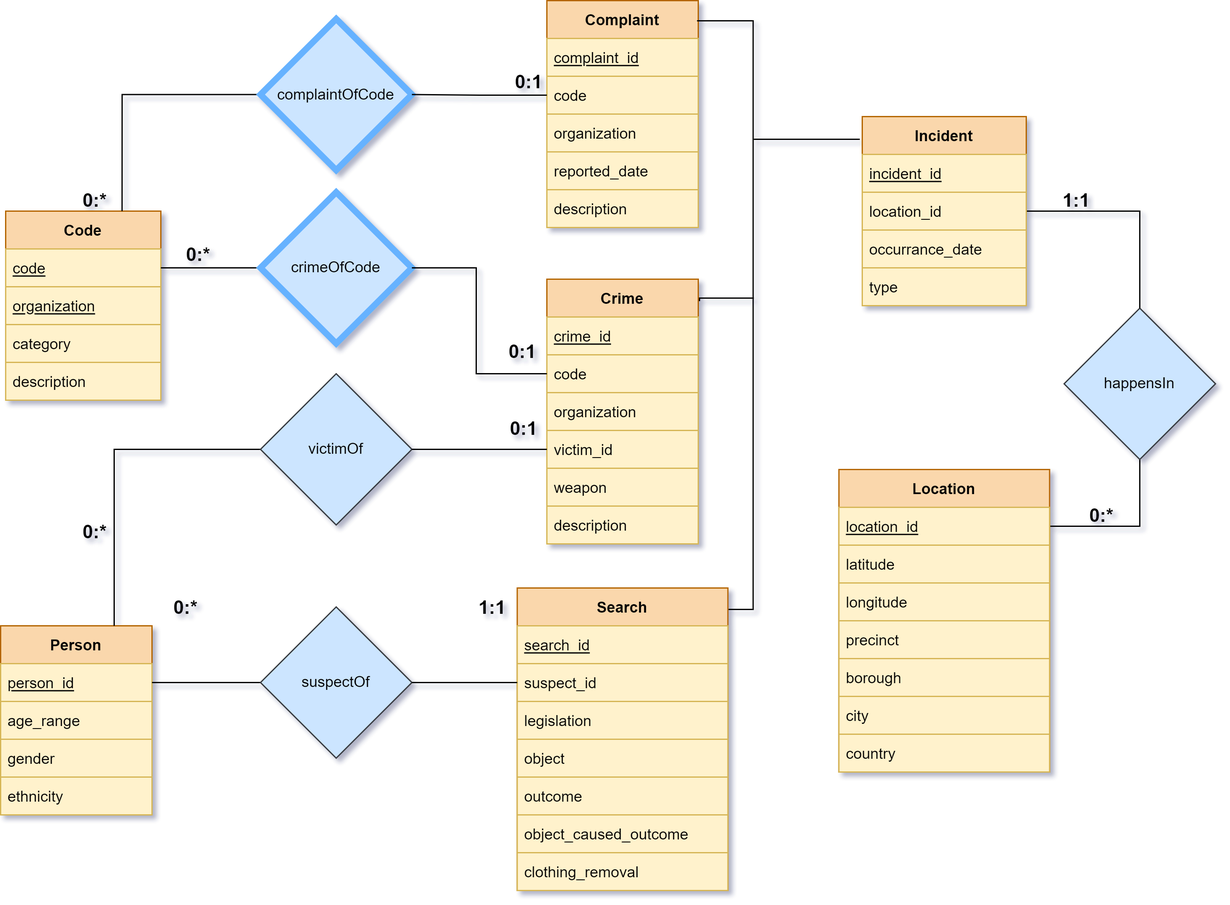
This is docs/ERmodel/ERmodel.png from alvii147/CrimeStatsAnalysis, a draw.io export, as it was before one commit. Source tidied: cells renumbered, new cells last; positions are measured from the earlier drawing's top-left corner, leaving out a move shared by most shapes.
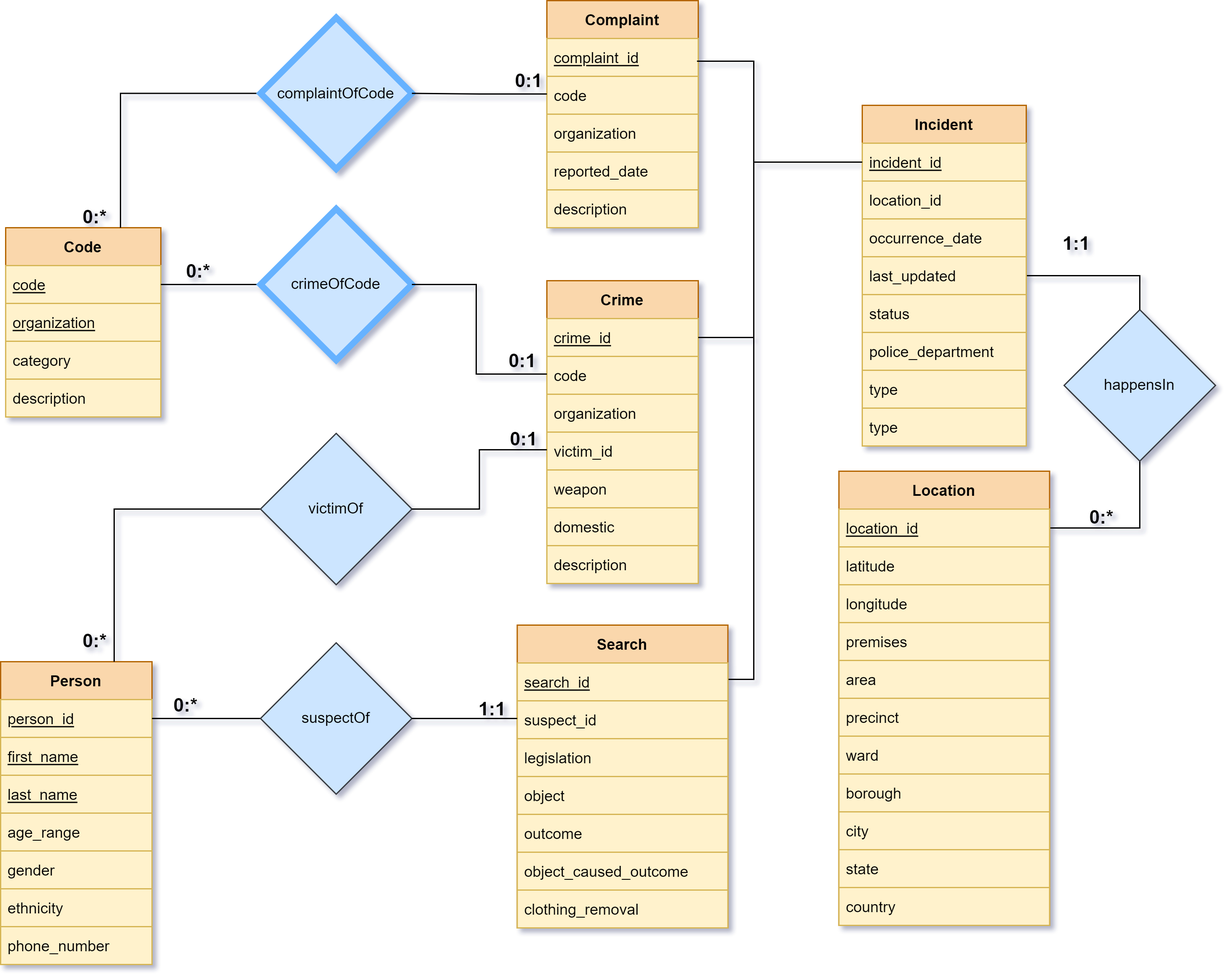
After the change.

The edit, as a diff of the source:
```diff
@@ -8,6 +8,6 @@
     <mxCell id="3" value="happensIn" style="rhombus;whiteSpace=wrap;html=1;rounded=0;fillColor=#cce5ff;strokeColor=#36393d;" parent="1" vertex="1">
-      <mxGeometry x="843" y="244" width="120" height="120" as="geometry" />
+      <mxGeometry x="843" y="211" width="120" height="120" as="geometry" />
     </mxCell>
     <mxCell id="4" value="Crime" style="swimlane;fontStyle=1;horizontal=1;startSize=30;fillColor=#fad7ac;strokeColor=#b46504;" parent="1" vertex="1">
-      <mxGeometry x="433" y="221" width="120" height="210" as="geometry" />
+      <mxGeometry x="433" y="188" width="120" height="240" as="geometry" />
     </mxCell>
@@ -28,4 +28,7 @@
     </mxCell>
+    <mxCell id="74" value="domestic" style="text;strokeColor=#d6b656;fillColor=#fff2cc;align=left;verticalAlign=middle;spacingLeft=4;spacingRight=4;overflow=hidden;fontStyle=0;" parent="4" vertex="1">
+      <mxGeometry y="180" width="120" height="30" as="geometry" />
+    </mxCell>
     <mxCell id="10" value="description" style="text;strokeColor=#d6b656;fillColor=#fff2cc;align=left;verticalAlign=middle;spacingLeft=4;spacingRight=4;overflow=hidden;fontStyle=0;" parent="4" vertex="1">
-      <mxGeometry y="180" width="120" height="30" as="geometry" />
+      <mxGeometry y="210" width="120" height="30" as="geometry" />
     </mxCell>
@@ -35,3 +38,3 @@
     <mxCell id="12" value="Incident" style="swimlane;fontStyle=1;horizontal=1;startSize=30;fillColor=#fad7ac;strokeColor=#b46504;" parent="1" vertex="1">
-      <mxGeometry x="683" y="92" width="130" height="150" as="geometry" />
+      <mxGeometry x="683" y="49" width="130" height="270" as="geometry" />
     </mxCell>
@@ -43,7 +46,19 @@
     </mxCell>
-    <mxCell id="15" value="occurrance_date" style="text;strokeColor=#d6b656;fillColor=#fff2cc;align=left;verticalAlign=middle;spacingLeft=4;spacingRight=4;overflow=hidden;" parent="12" vertex="1">
+    <mxCell id="15" value="occurrence_date" style="text;strokeColor=#d6b656;fillColor=#fff2cc;align=left;verticalAlign=middle;spacingLeft=4;spacingRight=4;overflow=hidden;" parent="12" vertex="1">
       <mxGeometry y="90" width="130" height="30" as="geometry" />
     </mxCell>
+    <mxCell id="75" value="last_updated" style="text;strokeColor=#d6b656;fillColor=#fff2cc;align=left;verticalAlign=middle;spacingLeft=4;spacingRight=4;overflow=hidden;" parent="12" vertex="1">
+      <mxGeometry y="120" width="130" height="30" as="geometry" />
+    </mxCell>
+    <mxCell id="76" value="status" style="text;strokeColor=#d6b656;fillColor=#fff2cc;align=left;verticalAlign=middle;spacingLeft=4;spacingRight=4;overflow=hidden;" parent="12" vertex="1">
+      <mxGeometry y="150" width="130" height="30" as="geometry" />
+    </mxCell>
+    <mxCell id="77" value="police_department" style="text;strokeColor=#d6b656;fillColor=#fff2cc;align=left;verticalAlign=middle;spacingLeft=4;spacingRight=4;overflow=hidden;" parent="12" vertex="1">
+      <mxGeometry y="180" width="130" height="30" as="geometry" />
+    </mxCell>
+    <mxCell id="78" value="type" style="text;strokeColor=#d6b656;fillColor=#fff2cc;align=left;verticalAlign=middle;spacingLeft=4;spacingRight=4;overflow=hidden;" parent="12" vertex="1">
+      <mxGeometry y="210" width="130" height="30" as="geometry" />
+    </mxCell>
     <mxCell id="16" value="type" style="text;strokeColor=#d6b656;fillColor=#fff2cc;align=left;verticalAlign=middle;spacingLeft=4;spacingRight=4;overflow=hidden;" parent="12" vertex="1">
-      <mxGeometry y="120" width="130" height="30" as="geometry" />
+      <mxGeometry y="240" width="130" height="30" as="geometry" />
     </mxCell>
@@ -53,3 +68,3 @@
     <mxCell id="18" value="Complaint" style="swimlane;fontStyle=1;horizontal=1;startSize=30;fillColor=#fad7ac;strokeColor=#b46504;" parent="1" vertex="1">
-      <mxGeometry x="433" width="120" height="180" as="geometry" />
+      <mxGeometry x="433" y="-34" width="120" height="180" as="geometry" />
     </mxCell>
@@ -71,3 +86,3 @@
     <mxCell id="24" value="Search" style="swimlane;fontStyle=1;horizontal=1;startSize=30;fillColor=#fad7ac;strokeColor=#b46504;" parent="1" vertex="1">
-      <mxGeometry x="409.5" y="466" width="167" height="240" as="geometry" />
+      <mxGeometry x="409.5" y="461" width="167" height="240" as="geometry" />
     </mxCell>
@@ -95,3 +110,3 @@
     <mxCell id="32" value="Person" style="swimlane;fontStyle=1;horizontal=1;startSize=30;fillColor=#fad7ac;strokeColor=#b46504;" parent="1" vertex="1">
-      <mxGeometry y="496" width="120" height="150" as="geometry" />
+      <mxGeometry y="490" width="120" height="240" as="geometry" />
     </mxCell>
@@ -100,13 +115,22 @@
     </mxCell>
+    <mxCell id="79" value="first_name" style="text;strokeColor=#d6b656;fillColor=#fff2cc;align=left;verticalAlign=middle;spacingLeft=4;spacingRight=4;overflow=hidden;fontStyle=4;" parent="32" vertex="1">
+      <mxGeometry y="60" width="120" height="30" as="geometry" />
+    </mxCell>
+    <mxCell id="80" value="last_name" style="text;strokeColor=#d6b656;fillColor=#fff2cc;align=left;verticalAlign=middle;spacingLeft=4;spacingRight=4;overflow=hidden;fontStyle=4;" parent="32" vertex="1">
+      <mxGeometry y="90" width="120" height="30" as="geometry" />
+    </mxCell>
     <mxCell id="34" value="age_range" style="text;strokeColor=#d6b656;fillColor=#fff2cc;align=left;verticalAlign=middle;spacingLeft=4;spacingRight=4;overflow=hidden;fontStyle=0;" parent="32" vertex="1">
-      <mxGeometry y="60" width="120" height="30" as="geometry" />
+      <mxGeometry y="120" width="120" height="30" as="geometry" />
     </mxCell>
     <mxCell id="35" value="gender" style="text;strokeColor=#d6b656;fillColor=#fff2cc;align=left;verticalAlign=middle;spacingLeft=4;spacingRight=4;overflow=hidden;fontStyle=0;" parent="32" vertex="1">
-      <mxGeometry y="90" width="120" height="30" as="geometry" />
+      <mxGeometry y="150" width="120" height="30" as="geometry" />
     </mxCell>
     <mxCell id="36" value="ethnicity" style="text;strokeColor=#d6b656;fillColor=#fff2cc;align=left;verticalAlign=middle;spacingLeft=4;spacingRight=4;overflow=hidden;fontStyle=0;" parent="32" vertex="1">
-      <mxGeometry y="120" width="120" height="30" as="geometry" />
+      <mxGeometry y="180" width="120" height="30" as="geometry" />
     </mxCell>
+    <mxCell id="81" value="phone_number" style="text;strokeColor=#d6b656;fillColor=#fff2cc;align=left;verticalAlign=middle;spacingLeft=4;spacingRight=4;overflow=hidden;fontStyle=0;" parent="32" vertex="1">
+      <mxGeometry y="210" width="120" height="30" as="geometry" />
+    </mxCell>
     <mxCell id="37" value="Location" style="swimlane;fontStyle=1;horizontal=1;startSize=30;fillColor=#fad7ac;strokeColor=#b46504;" parent="1" vertex="1">
-      <mxGeometry x="664.5" y="372" width="167" height="240" as="geometry" />
+      <mxGeometry x="664.5" y="339" width="167" height="360" as="geometry" />
     </mxCell>
@@ -121,16 +145,28 @@
     </mxCell>
+    <mxCell id="82" value="premises" style="text;strokeColor=#d6b656;fillColor=#fff2cc;align=left;verticalAlign=middle;spacingLeft=4;spacingRight=4;overflow=hidden;fontStyle=0;" parent="37" vertex="1">
+      <mxGeometry y="120" width="167" height="30" as="geometry" />
+    </mxCell>
+    <mxCell id="83" value="area" style="text;strokeColor=#d6b656;fillColor=#fff2cc;align=left;verticalAlign=middle;spacingLeft=4;spacingRight=4;overflow=hidden;fontStyle=0;" parent="37" vertex="1">
+      <mxGeometry y="150" width="167" height="30" as="geometry" />
+    </mxCell>
     <mxCell id="41" value="precinct" style="text;strokeColor=#d6b656;fillColor=#fff2cc;align=left;verticalAlign=middle;spacingLeft=4;spacingRight=4;overflow=hidden;fontStyle=0;" parent="37" vertex="1">
-      <mxGeometry y="120" width="167" height="30" as="geometry" />
+      <mxGeometry y="180" width="167" height="30" as="geometry" />
     </mxCell>
+    <mxCell id="84" value="ward" style="text;strokeColor=#d6b656;fillColor=#fff2cc;align=left;verticalAlign=middle;spacingLeft=4;spacingRight=4;overflow=hidden;fontStyle=0;" parent="37" vertex="1">
+      <mxGeometry y="210" width="167" height="30" as="geometry" />
+    </mxCell>
     <mxCell id="42" value="borough" style="text;strokeColor=#d6b656;fillColor=#fff2cc;align=left;verticalAlign=middle;spacingLeft=4;spacingRight=4;overflow=hidden;fontStyle=0;" parent="37" vertex="1">
-      <mxGeometry y="150" width="167" height="30" as="geometry" />
+      <mxGeometry y="240" width="167" height="30" as="geometry" />
     </mxCell>
     <mxCell id="43" value="city" style="text;strokeColor=#d6b656;fillColor=#fff2cc;align=left;verticalAlign=middle;spacingLeft=4;spacingRight=4;overflow=hidden;fontStyle=0;" parent="37" vertex="1">
-      <mxGeometry y="180" width="167" height="30" as="geometry" />
+      <mxGeometry y="270" width="167" height="30" as="geometry" />
     </mxCell>
+    <mxCell id="85" value="state" style="text;strokeColor=#d6b656;fillColor=#fff2cc;align=left;verticalAlign=middle;spacingLeft=4;spacingRight=4;overflow=hidden;fontStyle=0;" parent="37" vertex="1">
+      <mxGeometry y="300" width="167" height="30" as="geometry" />
+    </mxCell>
     <mxCell id="44" value="country" style="text;strokeColor=#d6b656;fillColor=#fff2cc;align=left;verticalAlign=middle;spacingLeft=4;spacingRight=4;overflow=hidden;fontStyle=0;" parent="37" vertex="1">
-      <mxGeometry y="210" width="167" height="30" as="geometry" />
+      <mxGeometry y="330" width="167" height="30" as="geometry" />
     </mxCell>
     <mxCell id="45" value="Code" style="swimlane;fontStyle=1;horizontal=1;startSize=30;fillColor=#fad7ac;strokeColor=#b46504;" parent="1" vertex="1">
-      <mxGeometry x="4" y="167" width="123" height="150" as="geometry" />
+      <mxGeometry x="4" y="146" width="123" height="150" as="geometry" />
     </mxCell>
@@ -148,7 +184,11 @@
     </mxCell>
-    <mxCell id="50" style="edgeStyle=orthogonalEdgeStyle;rounded=0;jettySize=auto;html=1;exitX=0;exitY=0.5;exitDx=0;exitDy=0;entryX=0.75;entryY=0;entryDx=0;entryDy=0;endArrow=none;endFill=0;" parent="1" edge="1" source="51" target="45">
-      <mxGeometry relative="1" as="geometry" />
+    <mxCell id="50" style="edgeStyle=orthogonalEdgeStyle;rounded=0;jettySize=auto;html=1;exitX=0;exitY=0.5;exitDx=0;exitDy=0;entryX=1;entryY=1;entryDx=0;entryDy=0;endArrow=none;endFill=0;" parent="1" edge="1" source="51" target="62">
+      <mxGeometry relative="1" as="geometry">
+        <Array as="points">
+          <mxPoint x="95" y="40" />
+        </Array>
+      </mxGeometry>
     </mxCell>
     <mxCell id="51" value="complaintOfCode" style="rhombus;whiteSpace=wrap;html=1;rounded=0;fillColor=#cce5ff;strokeColor=#66B2FF;strokeWidth=5;" parent="1" vertex="1">
-      <mxGeometry x="206" y="14.5" width="120" height="120" as="geometry" />
+      <mxGeometry x="206" y="-20.5" width="120" height="120" as="geometry" />
     </mxCell>
@@ -158,3 +198,3 @@
     <mxCell id="53" value="crimeOfCode" style="rhombus;whiteSpace=wrap;html=1;rounded=0;fillColor=#cce5ff;strokeColor=#66B2FF;strokeWidth=5;" parent="1" vertex="1">
-      <mxGeometry x="206" y="152" width="120" height="120" as="geometry" />
+      <mxGeometry x="206" y="131" width="120" height="120" as="geometry" />
     </mxCell>
@@ -164,3 +204,3 @@
     <mxCell id="55" value="victimOf" style="rhombus;whiteSpace=wrap;html=1;rounded=0;fillColor=#cce5ff;strokeColor=#36393d;" parent="1" vertex="1">
-      <mxGeometry x="206" y="296" width="120" height="120" as="geometry" />
+      <mxGeometry x="206" y="309" width="120" height="120" as="geometry" />
     </mxCell>
@@ -170,61 +210,58 @@
     <mxCell id="57" value="suspectOf" style="rhombus;whiteSpace=wrap;html=1;rounded=0;fillColor=#cce5ff;strokeColor=#36393d;" parent="1" vertex="1">
-      <mxGeometry x="206" y="481" width="120" height="120" as="geometry" />
+      <mxGeometry x="206" y="475" width="120" height="120" as="geometry" />
     </mxCell>
-    <mxCell id="58" style="edgeStyle=orthogonalEdgeStyle;rounded=0;jettySize=auto;html=1;exitX=0;exitY=0.5;exitDx=0;exitDy=0;entryX=1;entryY=0.5;entryDx=0;entryDy=0;endArrow=none;endFill=0;" parent="1" edge="1" source="26" target="57">
-      <mxGeometry relative="1" as="geometry" />
+    <mxCell id="58" style="edgeStyle=orthogonalEdgeStyle;rounded=0;jettySize=auto;html=1;exitX=0;exitY=0.5;exitDx=0;exitDy=0;entryX=1;entryY=0.5;entryDx=0;entryDy=0;endArrow=none;endFill=0;" parent="1" edge="1" target="57">
+      <mxGeometry relative="1" as="geometry">
+        <mxPoint x="409.5" y="535" as="sourcePoint" />
+      </mxGeometry>
     </mxCell>
     <mxCell id="59" value="0:*" style="text;html=1;strokeColor=none;fillColor=none;align=center;verticalAlign=middle;whiteSpace=wrap;rounded=0;fontSize=15;fontStyle=1;" parent="1" vertex="1">
-      <mxGeometry x="853" y="398" width="40" height="19" as="geometry" />
+      <mxGeometry x="853" y="365" width="40" height="19" as="geometry" />
     </mxCell>
     <mxCell id="60" value="0:1" style="text;html=1;strokeColor=none;fillColor=none;align=center;verticalAlign=middle;whiteSpace=wrap;rounded=0;fontSize=15;fontStyle=1;" parent="1" vertex="1">
-      <mxGeometry x="394" y="268" width="40" height="19" as="geometry" />
+      <mxGeometry x="394" y="241" width="40" height="19" as="geometry" />
     </mxCell>
     <mxCell id="61" value="0:*" style="text;html=1;strokeColor=none;fillColor=none;align=center;verticalAlign=middle;whiteSpace=wrap;rounded=0;fontSize=15;fontStyle=1;" parent="1" vertex="1">
-      <mxGeometry x="137" y="191" width="40" height="19" as="geometry" />
+      <mxGeometry x="137" y="170" width="40" height="19" as="geometry" />
     </mxCell>
     <mxCell id="62" value="0:*" style="text;html=1;strokeColor=none;fillColor=none;align=center;verticalAlign=middle;whiteSpace=wrap;rounded=0;fontSize=15;fontStyle=1;" parent="1" vertex="1">
-      <mxGeometry x="55" y="148" width="40" height="19" as="geometry" />
+      <mxGeometry x="55" y="127" width="40" height="19" as="geometry" />
     </mxCell>
     <mxCell id="63" value="0:1" style="text;html=1;strokeColor=none;fillColor=none;align=center;verticalAlign=middle;whiteSpace=wrap;rounded=0;fontSize=15;fontStyle=1;" parent="1" vertex="1">
-      <mxGeometry x="399" y="54" width="40" height="19" as="geometry" />
+      <mxGeometry x="399" y="19" width="40" height="19" as="geometry" />
     </mxCell>
     <mxCell id="64" value="0:1" style="text;html=1;strokeColor=none;fillColor=none;align=center;verticalAlign=middle;whiteSpace=wrap;rounded=0;fontSize=15;fontStyle=1;" parent="1" vertex="1">
-      <mxGeometry x="395" y="329" width="40" height="19" as="geometry" />
+      <mxGeometry x="395" y="303" width="40" height="19" as="geometry" />
     </mxCell>
     <mxCell id="65" value="1:1" style="text;html=1;strokeColor=none;fillColor=none;align=center;verticalAlign=middle;whiteSpace=wrap;rounded=0;fontSize=15;fontStyle=1;" parent="1" vertex="1">
-      <mxGeometry x="369.5" y="471" width="40" height="19" as="geometry" />
+      <mxGeometry x="369.5" y="517" width="40" height="19" as="geometry" />
     </mxCell>
     <mxCell id="66" value="0:*" style="text;html=1;strokeColor=none;fillColor=none;align=center;verticalAlign=middle;whiteSpace=wrap;rounded=0;fontSize=15;fontStyle=1;" parent="1" vertex="1">
-      <mxGeometry x="55" y="411" width="40" height="19" as="geometry" />
+      <mxGeometry x="55" y="463" width="40" height="19" as="geometry" />
     </mxCell>
     <mxCell id="67" value="0:*" style="text;html=1;strokeColor=none;fillColor=none;align=center;verticalAlign=middle;whiteSpace=wrap;rounded=0;fontSize=15;fontStyle=1;" parent="1" vertex="1">
-      <mxGeometry x="127" y="471" width="40" height="19" as="geometry" />
+      <mxGeometry x="127" y="514" width="40" height="19" as="geometry" />
     </mxCell>
-    <mxCell id="68" style="edgeStyle=orthogonalEdgeStyle;rounded=0;jettySize=auto;html=1;exitX=0.992;exitY=0.089;exitDx=0;exitDy=0;endArrow=none;endFill=0;entryX=1.003;entryY=0.071;entryDx=0;entryDy=0;entryPerimeter=0;exitPerimeter=0;" parent="1" edge="1" source="18" target="24">
-      <mxGeometry relative="1" as="geometry" />
+    <mxCell id="68" style="edgeStyle=orthogonalEdgeStyle;rounded=0;orthogonalLoop=1;jettySize=auto;html=1;endArrow=none;endFill=0;" parent="1" edge="1">
+      <mxGeometry relative="1" as="geometry">
+        <mxPoint x="552" y="14" as="sourcePoint" />
+        <mxPoint x="577" y="504" as="targetPoint" />
+        <Array as="points">
+          <mxPoint x="597" y="14" />
+          <mxPoint x="597" y="504" />
+          <mxPoint x="577" y="504" />
+        </Array>
+      </mxGeometry>
     </mxCell>
-    <mxCell id="69" style="edgeStyle=orthogonalEdgeStyle;rounded=0;jettySize=auto;html=1;exitX=1.008;exitY=0.083;exitDx=0;exitDy=0;endArrow=none;endFill=0;exitPerimeter=0;" parent="1" edge="1" source="4">
-      <mxGeometry relative="1" as="geometry">
-        <mxPoint x="597" y="236" as="targetPoint" />
-        <Array as="points">
-          <mxPoint x="597" y="236" />
-        </Array>
-      </mxGeometry>
-    </mxCell>
-    <mxCell id="70" style="edgeStyle=orthogonalEdgeStyle;rounded=0;jettySize=auto;html=1;exitX=-0.015;exitY=0.12;exitDx=0;exitDy=0;endArrow=none;endFill=0;exitPerimeter=0;" parent="1" edge="1" source="12">
-      <mxGeometry relative="1" as="geometry">
-        <mxPoint x="597" y="110" as="targetPoint" />
-        <Array as="points">
-          <mxPoint x="597" y="110" />
-        </Array>
-      </mxGeometry>
-    </mxCell>
-    <mxCell id="71" style="edgeStyle=orthogonalEdgeStyle;rounded=0;jettySize=auto;html=1;exitX=0;exitY=0.5;exitDx=0;exitDy=0;entryX=1;entryY=0.5;entryDx=0;entryDy=0;endArrow=none;endFill=0;" parent="1" edge="1" source="20" target="51">
-      <mxGeometry relative="1" as="geometry" />
+    <mxCell id="71" style="edgeStyle=orthogonalEdgeStyle;rounded=0;jettySize=auto;html=1;exitX=0;exitY=0.5;exitDx=0;exitDy=0;entryX=1;entryY=0.5;entryDx=0;entryDy=0;endArrow=none;endFill=0;" parent="1" edge="1" target="51">
+      <mxGeometry relative="1" as="geometry">
+        <mxPoint x="433" y="40" as="sourcePoint" />
+      </mxGeometry>
     </mxCell>
-    <mxCell id="72" style="edgeStyle=orthogonalEdgeStyle;rounded=0;jettySize=auto;html=1;exitX=0;exitY=0.5;exitDx=0;exitDy=0;entryX=1;entryY=0.5;entryDx=0;entryDy=0;endArrow=none;endFill=0;" parent="1" edge="1" source="6" target="53">
+    <mxCell id="72" style="edgeStyle=orthogonalEdgeStyle;rounded=0;jettySize=auto;html=1;exitX=0;exitY=0.5;exitDx=0;exitDy=0;entryX=1;entryY=0.5;entryDx=0;entryDy=0;endArrow=none;endFill=0;" parent="1" edge="1" target="53">
       <mxGeometry relative="1" as="geometry">
+        <mxPoint x="433" y="262" as="sourcePoint" />
         <Array as="points">
-          <mxPoint x="377" y="296" />
-          <mxPoint x="377" y="212" />
+          <mxPoint x="377" y="262" />
+          <mxPoint x="377" y="191" />
         </Array>
@@ -232,5 +269,17 @@
     </mxCell>
-    <mxCell id="73" style="edgeStyle=orthogonalEdgeStyle;rounded=0;jettySize=auto;html=1;exitX=0;exitY=0.5;exitDx=0;exitDy=0;entryX=1;entryY=0.5;entryDx=0;entryDy=0;endArrow=none;endFill=0;" parent="1" edge="1" source="8" target="55">
-      <mxGeometry relative="1" as="geometry" />
+    <mxCell id="73" style="edgeStyle=orthogonalEdgeStyle;rounded=0;jettySize=auto;html=1;exitX=0;exitY=0.5;exitDx=0;exitDy=0;entryX=1;entryY=0.5;entryDx=0;entryDy=0;endArrow=none;endFill=0;" parent="1" edge="1" target="55">
+      <mxGeometry relative="1" as="geometry">
+        <mxPoint x="433" y="322" as="sourcePoint" />
+      </mxGeometry>
     </mxCell>
+    <mxCell id="86" style="edgeStyle=orthogonalEdgeStyle;rounded=0;jettySize=auto;html=1;exitX=1;exitY=0.5;exitDx=0;exitDy=0;endArrow=none;endFill=0;" parent="1" edge="1" source="5">
+      <mxGeometry relative="1" as="geometry">
+        <mxPoint x="597" y="233" as="targetPoint" />
+      </mxGeometry>
+    </mxCell>
+    <mxCell id="87" style="edgeStyle=orthogonalEdgeStyle;rounded=0;jettySize=auto;html=1;exitX=0;exitY=0.5;exitDx=0;exitDy=0;endArrow=none;endFill=0;" parent="1" edge="1" source="13">
+      <mxGeometry relative="1" as="geometry">
+        <mxPoint x="597" y="94" as="targetPoint" />
+      </mxGeometry>
+    </mxCell>
   </root>
```
